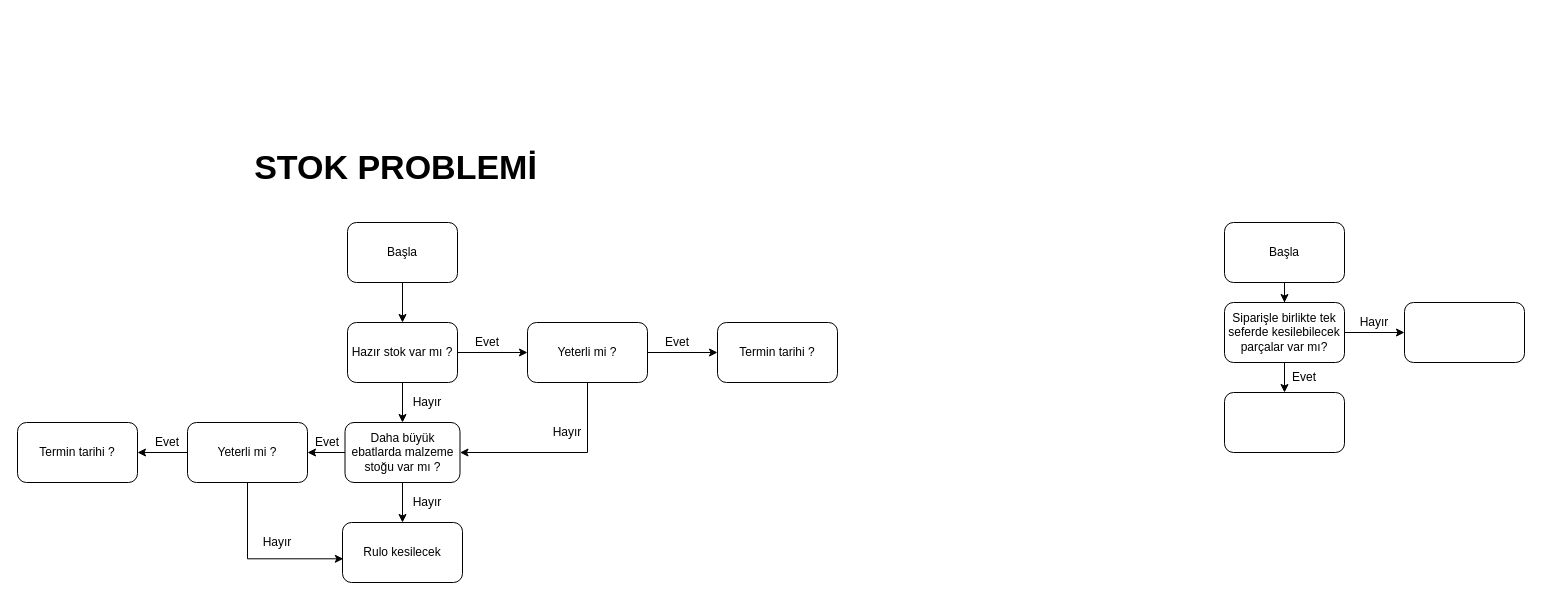
Above: flow-diagram.drawio in kardelenyurtkuran/AiSteelStamping (draw.io), before the change. Source tidied: cells renumbered, new cells numbered last; positions are measured from the earlier drawing's top-left corner, leaving out a move shared by most shapes. Both pictures are drawn from the tidied source at 100%, with x=0, y=0 at pixel (17, 152).
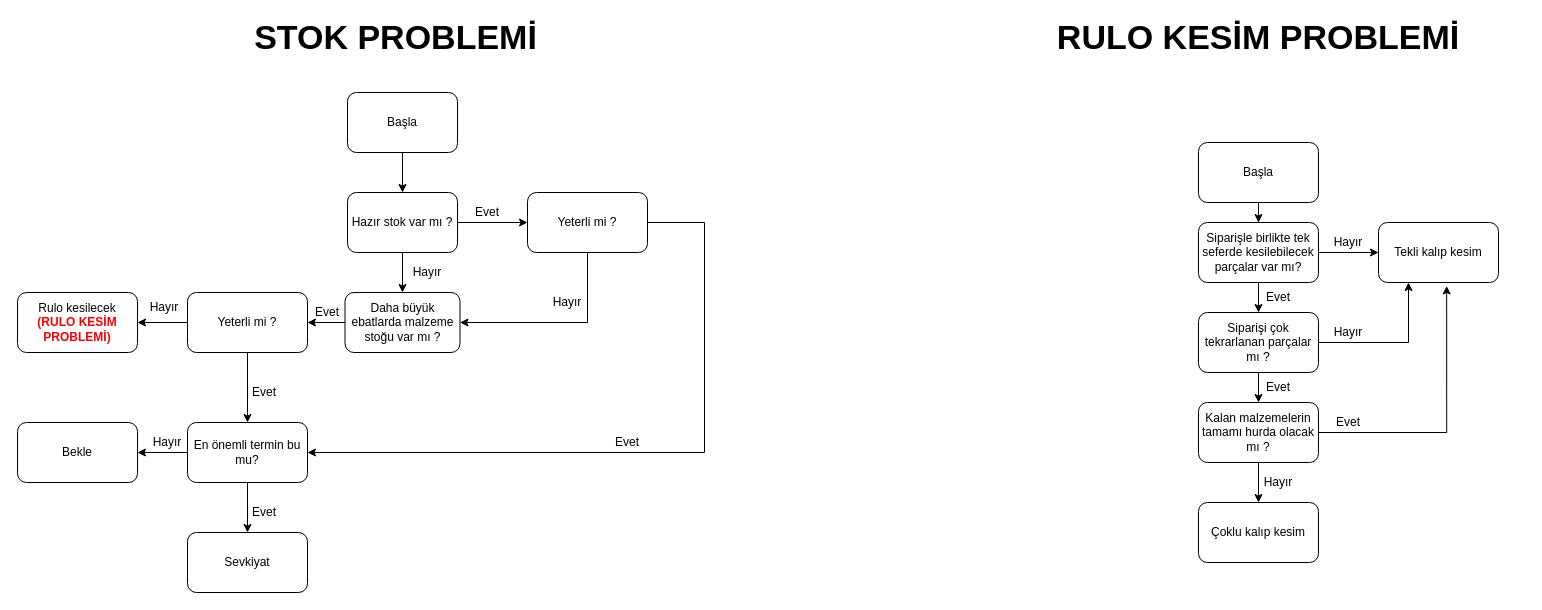
The same diagram, later.

The edit, as a diff of the source:
```diff
@@
     <mxCell id="4" value="Hazır stok var mı ?" style="rounded=1;whiteSpace=wrap;html=1;" parent="1" vertex="1">
-      <mxGeometry x="330" y="170" width="110" height="60" as="geometry" />
+      <mxGeometry x="330" y="40" width="110" height="60" as="geometry" />
     </mxCell>
-    <mxCell id="5" style="edgeStyle=orthogonalEdgeStyle;rounded=0;jettySize=auto;html=1;" parent="1" edge="1" source="7" target="16">
-      <mxGeometry relative="1" as="geometry" />
-    </mxCell>
@@
     <mxCell id="7" value="Daha büyük ebatlarda malzeme stoğu var mı ?" style="whiteSpace=wrap;html=1;rounded=1;" parent="1" vertex="1">
-      <mxGeometry x="327.5" y="270" width="115" height="60" as="geometry" />
+      <mxGeometry x="327.5" y="140" width="115" height="60" as="geometry" />
     </mxCell>
     <mxCell id="8" style="edgeStyle=orthogonalEdgeStyle;rounded=0;jettySize=auto;html=1;" parent="1" edge="1" source="10" target="13">
-      <mxGeometry relative="1" as="geometry" />
+      <mxGeometry relative="1" as="geometry">
+        <Array as="points">
+          <mxPoint x="687" y="70" />
+          <mxPoint x="687" y="300" />
+        </Array>
+      </mxGeometry>
     </mxCell>
     <mxCell id="9" style="edgeStyle=orthogonalEdgeStyle;rounded=0;jettySize=auto;html=1;entryX=1;entryY=0.5;entryDx=0;entryDy=0;" parent="1" edge="1" source="10" target="7">
       <mxGeometry relative="1" as="geometry">
         <Array as="points">
-          <mxPoint x="570" y="300" />
+          <mxPoint x="570" y="170" />
         </Array>
       </mxGeometry>
     </mxCell>
     <mxCell id="10" value="Yeterli mi ?" style="whiteSpace=wrap;html=1;rounded=1;" parent="1" vertex="1">
-      <mxGeometry x="510" y="170" width="120" height="60" as="geometry" />
+      <mxGeometry x="510" y="40" width="120" height="60" as="geometry" />
     </mxCell>
     <mxCell id="11" value="Evet" style="text;html=1;align=center;verticalAlign=middle;whiteSpace=wrap;rounded=0;" parent="1" vertex="1">
-      <mxGeometry x="450" y="180" width="40" height="20" as="geometry" />
+      <mxGeometry x="450" y="50" width="40" height="20" as="geometry" />
     </mxCell>
     <mxCell id="12" value="Hayır" style="text;html=1;align=center;verticalAlign=middle;whiteSpace=wrap;rounded=0;" parent="1" vertex="1">
-      <mxGeometry x="390" y="240" width="40" height="20" as="geometry" />
+      <mxGeometry x="390" y="110" width="40" height="20" as="geometry" />
     </mxCell>
+    <mxCell id="37" style="edgeStyle=orthogonalEdgeStyle;rounded=0;jettySize=auto;html=1;" parent="1" edge="1" source="13" target="52">
+      <mxGeometry relative="1" as="geometry" />
+    </mxCell>
+    <mxCell id="38" style="edgeStyle=orthogonalEdgeStyle;rounded=0;jettySize=auto;html=1;" parent="1" edge="1" source="13" target="54">
+      <mxGeometry relative="1" as="geometry" />
+    </mxCell>
-    <mxCell id="13" value="Termin tarihi ?" style="whiteSpace=wrap;html=1;rounded=1;" parent="1" vertex="1">
-      <mxGeometry x="700" y="170" width="120" height="60" as="geometry" />
+    <mxCell id="13" value="En önemli termin bu mu?" style="whiteSpace=wrap;html=1;rounded=1;" parent="1" vertex="1">
+      <mxGeometry x="170" y="270" width="120" height="60" as="geometry" />
     </mxCell>
     <mxCell id="14" value="Evet" style="text;html=1;align=center;verticalAlign=middle;whiteSpace=wrap;rounded=0;" parent="1" vertex="1">
-      <mxGeometry x="640" y="180" width="40" height="20" as="geometry" />
+      <mxGeometry x="590" y="280" width="40" height="20" as="geometry" />
     </mxCell>
     <mxCell id="15" value="Hayır" style="text;html=1;align=center;verticalAlign=middle;whiteSpace=wrap;rounded=0;" parent="1" vertex="1">
-      <mxGeometry x="530" y="270" width="40" height="20" as="geometry" />
+      <mxGeometry x="530" y="140" width="40" height="20" as="geometry" />
     </mxCell>
-    <mxCell id="16" value="Rulo kesilecek" style="whiteSpace=wrap;html=1;rounded=1;" parent="1" vertex="1">
-      <mxGeometry x="325" y="370" width="120" height="60" as="geometry" />
+    <mxCell id="16" value="Rulo kesilecek&lt;div&gt;&lt;b&gt;&lt;font style=&quot;color: light-dark(rgb(255, 0, 0), rgb(237, 237, 237));&quot;&gt;(RULO KESİM PROBLEMİ)&lt;/font&gt;&lt;/b&gt;&lt;/div&gt;" style="whiteSpace=wrap;html=1;rounded=1;" parent="1" vertex="1">
+      <mxGeometry y="140" width="120" height="60" as="geometry" />
     </mxCell>
-    <mxCell id="17" value="Hayır" style="text;html=1;align=center;verticalAlign=middle;whiteSpace=wrap;rounded=0;" parent="1" vertex="1">
-      <mxGeometry x="390" y="340" width="40" height="20" as="geometry" />
-    </mxCell>
-    <mxCell id="18" style="edgeStyle=orthogonalEdgeStyle;rounded=0;jettySize=auto;html=1;entryX=0.007;entryY=0.605;entryDx=0;entryDy=0;entryPerimeter=0;" parent="1" edge="1" source="20" target="16">
-      <mxGeometry relative="1" as="geometry">
-        <Array as="points">
-          <mxPoint x="230" y="406" />
-        </Array>
-      </mxGeometry>
-    </mxCell>
-    <mxCell id="19" style="edgeStyle=orthogonalEdgeStyle;rounded=0;jettySize=auto;html=1;" parent="1" edge="1" source="20" target="22">
-      <mxGeometry relative="1" as="geometry" />
+    <mxCell id="19" style="edgeStyle=orthogonalEdgeStyle;rounded=0;jettySize=auto;html=1;" parent="1" edge="1" source="20">
+      <mxGeometry relative="1" as="geometry">
+        <mxPoint x="120" y="170" as="targetPoint" />
+      </mxGeometry>
     </mxCell>
+    <mxCell id="39" style="edgeStyle=orthogonalEdgeStyle;rounded=0;jettySize=auto;html=1;" parent="1" edge="1" source="20">
+      <mxGeometry relative="1" as="geometry">
+        <mxPoint x="230" y="270" as="targetPoint" />
+        <Array as="points">
+          <mxPoint x="230" y="260" />
+          <mxPoint x="230" y="260" />
+        </Array>
+      </mxGeometry>
+    </mxCell>
     <mxCell id="20" value="Yeterli mi ?" style="whiteSpace=wrap;html=1;rounded=1;" parent="1" vertex="1">
-      <mxGeometry x="170" y="270" width="120" height="60" as="geometry" />
+      <mxGeometry x="170" y="140" width="120" height="60" as="geometry" />
     </mxCell>
     <mxCell id="21" value="Hayır" style="text;html=1;align=center;verticalAlign=middle;whiteSpace=wrap;rounded=0;" parent="1" vertex="1">
-      <mxGeometry x="240" y="380" width="40" height="20" as="geometry" />
+      <mxGeometry x="127" y="145" width="40" height="20" as="geometry" />
     </mxCell>
-    <mxCell id="22" value="Termin tarihi ?" style="whiteSpace=wrap;html=1;rounded=1;" parent="1" vertex="1">
-      <mxGeometry y="270" width="120" height="60" as="geometry" />
-    </mxCell>
     <mxCell id="23" value="Evet" style="text;html=1;align=center;verticalAlign=middle;whiteSpace=wrap;rounded=0;" parent="1" vertex="1">
-      <mxGeometry x="290" y="280" width="40" height="20" as="geometry" />
+      <mxGeometry x="290" y="150" width="40" height="20" as="geometry" />
     </mxCell>
-    <mxCell id="24" value="Evet" style="text;html=1;align=center;verticalAlign=middle;whiteSpace=wrap;rounded=0;" parent="1" vertex="1">
-      <mxGeometry x="130" y="280" width="40" height="20" as="geometry" />
-    </mxCell>
@@
     <mxCell id="26" value="Başla" style="rounded=1;whiteSpace=wrap;html=1;" parent="1" vertex="1">
-      <mxGeometry x="330" y="70" width="110" height="60" as="geometry" />
+      <mxGeometry x="330" y="-60" width="110" height="60" as="geometry" />
     </mxCell>
@@
     <mxCell id="28" value="Başla" style="whiteSpace=wrap;html=1;rounded=1;" parent="1" vertex="1">
-      <mxGeometry x="1207" y="70" width="120" height="60" as="geometry" />
+      <mxGeometry x="1181" y="-10" width="120" height="60" as="geometry" />
     </mxCell>
@@
     <mxCell id="31" value="Siparişle birlikte tek seferde kesilebilecek parçalar var mı?" style="whiteSpace=wrap;html=1;rounded=1;" parent="1" vertex="1">
-      <mxGeometry x="1207" y="150" width="120" height="60" as="geometry" />
+      <mxGeometry x="1181" y="70" width="120" height="60" as="geometry" />
     </mxCell>
     <mxCell id="32" value="STOK PROBLEMİ" style="text;html=1;align=center;verticalAlign=middle;whiteSpace=wrap;rounded=0;fontSize=34;fontStyle=1;" parent="1" vertex="1">
-      <mxGeometry x="225.5" width="304.5" height="30" as="geometry" />
+      <mxGeometry x="225.5" y="-130" width="304.5" height="30" as="geometry" />
     </mxCell>
+    <mxCell id="40" style="edgeStyle=orthogonalEdgeStyle;rounded=0;jettySize=auto;html=1;entryX=0.25;entryY=1;entryDx=0;entryDy=0;" parent="1" edge="1" source="33" target="34">
+      <mxGeometry relative="1" as="geometry" />
+    </mxCell>
+    <mxCell id="41" style="edgeStyle=orthogonalEdgeStyle;rounded=0;jettySize=auto;html=1;" parent="1" edge="1" source="33" target="45">
+      <mxGeometry relative="1" as="geometry" />
+    </mxCell>
-    <mxCell id="33" style="whiteSpace=wrap;html=1;rounded=1;" parent="1" vertex="1">
-      <mxGeometry x="1207" y="240" width="120" height="60" as="geometry" />
+    <mxCell id="33" value="Siparişi çok tekrarlanan parçalar mı ?" style="whiteSpace=wrap;html=1;rounded=1;" parent="1" vertex="1">
+      <mxGeometry x="1181" y="160" width="120" height="60" as="geometry" />
     </mxCell>
-    <mxCell id="34" style="whiteSpace=wrap;html=1;rounded=1;" parent="1" vertex="1">
-      <mxGeometry x="1387" y="150" width="120" height="60" as="geometry" />
+    <mxCell id="34" value="Tekli kalıp kesim" style="whiteSpace=wrap;html=1;rounded=1;" parent="1" vertex="1">
+      <mxGeometry x="1361" y="70" width="120" height="60" as="geometry" />
     </mxCell>
     <mxCell id="35" value="Hayır" style="text;html=1;align=center;verticalAlign=middle;whiteSpace=wrap;rounded=0;" parent="1" vertex="1">
-      <mxGeometry x="1337" y="160" width="40" height="20" as="geometry" />
+      <mxGeometry x="1311" y="80" width="40" height="20" as="geometry" />
     </mxCell>
     <mxCell id="36" value="Evet" style="text;html=1;align=center;verticalAlign=middle;whiteSpace=wrap;rounded=0;" parent="1" vertex="1">
-      <mxGeometry x="1267" y="215" width="40" height="20" as="geometry" />
+      <mxGeometry x="1241" y="135" width="40" height="20" as="geometry" />
     </mxCell>
+    <mxCell id="42" value="RULO KESİM PROBLEMİ" style="text;html=1;align=center;verticalAlign=middle;whiteSpace=wrap;rounded=0;fontSize=34;fontStyle=1;" parent="1" vertex="1">
+      <mxGeometry x="1001" y="-130" width="480" height="30" as="geometry" />
+    </mxCell>
+    <mxCell id="43" style="edgeStyle=orthogonalEdgeStyle;rounded=0;jettySize=auto;html=1;entryX=0.568;entryY=1.058;entryDx=0;entryDy=0;entryPerimeter=0;" parent="1" edge="1" source="45" target="34">
+      <mxGeometry relative="1" as="geometry" />
+    </mxCell>
+    <mxCell id="44" style="edgeStyle=orthogonalEdgeStyle;rounded=0;jettySize=auto;html=1;" parent="1" edge="1" source="45" target="49">
+      <mxGeometry relative="1" as="geometry" />
+    </mxCell>
+    <mxCell id="45" value="Kalan malzemelerin tamamı hurda olacak mı ?" style="whiteSpace=wrap;html=1;rounded=1;" parent="1" vertex="1">
+      <mxGeometry x="1181" y="250" width="120" height="60" as="geometry" />
+    </mxCell>
+    <mxCell id="46" value="Evet" style="text;html=1;align=center;verticalAlign=middle;whiteSpace=wrap;rounded=0;" parent="1" vertex="1">
+      <mxGeometry x="1241" y="225" width="40" height="20" as="geometry" />
+    </mxCell>
+    <mxCell id="47" value="Hayır" style="text;html=1;align=center;verticalAlign=middle;whiteSpace=wrap;rounded=0;" parent="1" vertex="1">
+      <mxGeometry x="1311" y="170" width="40" height="20" as="geometry" />
+    </mxCell>
+    <mxCell id="48" value="Evet" style="text;html=1;align=center;verticalAlign=middle;whiteSpace=wrap;rounded=0;" parent="1" vertex="1">
+      <mxGeometry x="1311" y="260" width="40" height="20" as="geometry" />
+    </mxCell>
+    <mxCell id="49" value="Çoklu kalıp kesim" style="whiteSpace=wrap;html=1;rounded=1;" parent="1" vertex="1">
+      <mxGeometry x="1181" y="350" width="120" height="60" as="geometry" />
+    </mxCell>
+    <mxCell id="50" value="Hayır" style="text;html=1;align=center;verticalAlign=middle;whiteSpace=wrap;rounded=0;" parent="1" vertex="1">
+      <mxGeometry x="1241" y="320" width="40" height="20" as="geometry" />
+    </mxCell>
+    <mxCell id="51" value="Evet" style="text;html=1;align=center;verticalAlign=middle;whiteSpace=wrap;rounded=0;" parent="1" vertex="1">
+      <mxGeometry x="227" y="230" width="40" height="20" as="geometry" />
+    </mxCell>
+    <mxCell id="52" value="Sevkiyat" style="whiteSpace=wrap;html=1;rounded=1;" parent="1" vertex="1">
+      <mxGeometry x="170" y="380" width="120" height="60" as="geometry" />
+    </mxCell>
+    <mxCell id="53" value="Evet" style="text;html=1;align=center;verticalAlign=middle;whiteSpace=wrap;rounded=0;" parent="1" vertex="1">
+      <mxGeometry x="227" y="350" width="40" height="20" as="geometry" />
+    </mxCell>
+    <mxCell id="54" value="Bekle" style="whiteSpace=wrap;html=1;rounded=1;" parent="1" vertex="1">
+      <mxGeometry y="270" width="120" height="60" as="geometry" />
+    </mxCell>
+    <mxCell id="55" value="Hayır" style="text;html=1;align=center;verticalAlign=middle;whiteSpace=wrap;rounded=0;" parent="1" vertex="1">
+      <mxGeometry x="130" y="280" width="40" height="20" as="geometry" />
+    </mxCell>
```
